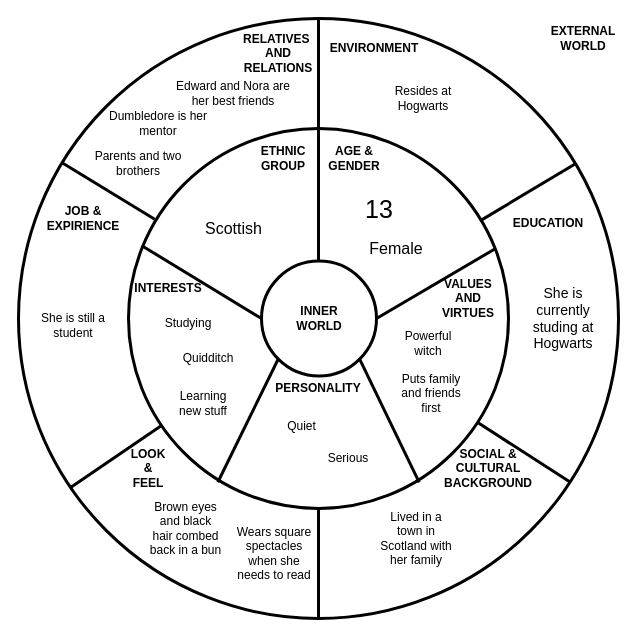
andreacarrarini/HP_The_Dark_Lady_awakens keeps this draw.io diagram as Characters/MInerva/Minerva_Circumplex-1.drawio. Above is the earlier version. Source tidied: cells renumbered, new cells numbered last; positions are measured from the earlier drawing's top-left corner, leaving out a move shared by most shapes. Both pictures are drawn from the tidied source at 100%, with x=0, y=0 at pixel (18, 18).
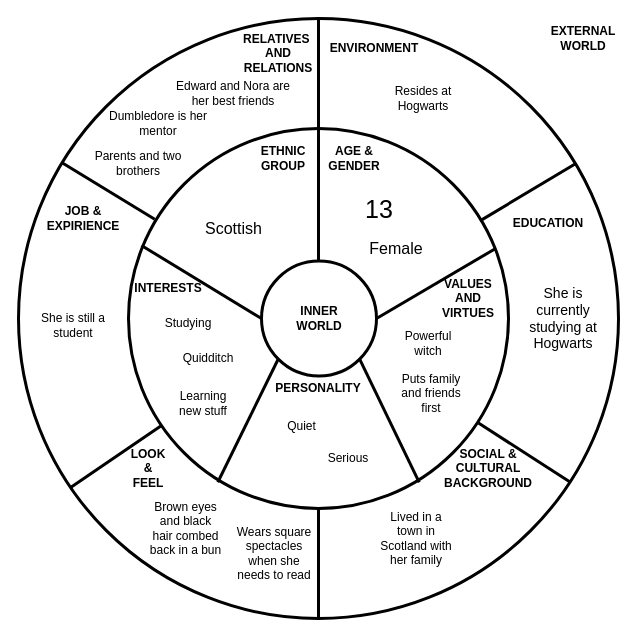
Above is the later version.

Commit message (it also covers changes not shown here):
Fixed Minerva, Edward and Nora circumplexes

Change to the diagram source:
```diff
@@
-    <mxCell id="34" value="&lt;font style=&quot;font-size: 14px&quot;&gt;She is currently studing at Hogwarts&lt;/font&gt;" style="text;html=1;strokeColor=none;fillColor=none;align=center;verticalAlign=middle;whiteSpace=wrap;rounded=0;" parent="1" vertex="1">
+    <mxCell id="34" value="&lt;font style=&quot;font-size: 14px&quot;&gt;She is currently studying at Hogwarts&lt;/font&gt;" style="text;html=1;strokeColor=none;fillColor=none;align=center;verticalAlign=middle;whiteSpace=wrap;rounded=0;" parent="1" vertex="1">
       <mxGeometry x="510" y="255" width="70" height="90" as="geometry" />
     </mxCell>
```
